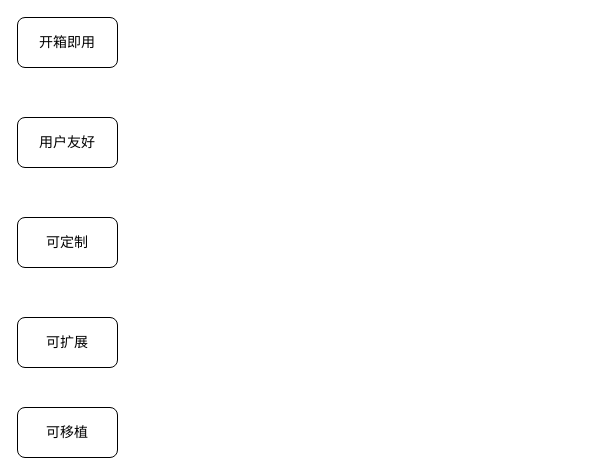
Earlier version of the draw.io diagram 低代码——需求分析——可视化编程需求.drawio (tangyaosimida/love). Source tidied: cells renumbered, new cells numbered last; positions are measured from the earlier drawing's top-left corner, leaving out a move shared by most shapes. Both pictures are drawn from the tidied source at 100%, with x=0, y=0 at pixel (17, 17).
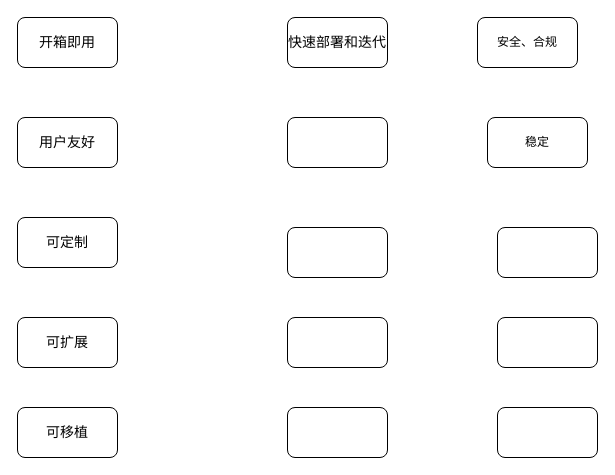
The same diagram, later.

Commit message (it also covers changes not shown here):
更新低代码——需求分析——可视化编程需求.drawio

What changed in the source:
```diff
@@
 <mxGraphModel>
   <root>
     <mxCell id="0" />
     <mxCell id="1" parent="0" />
     <mxCell id="2" value="&lt;font style=&quot;font-size: 14px;&quot;&gt;开箱即用&lt;/font&gt;" style="rounded=1;whiteSpace=wrap;html=1;" parent="1" vertex="1">
       <mxGeometry width="100" height="50" as="geometry" />
     </mxCell>
     <mxCell id="3" value="&lt;font style=&quot;font-size: 14px;&quot;&gt;用户友好&lt;/font&gt;" style="rounded=1;whiteSpace=wrap;html=1;" parent="1" vertex="1">
       <mxGeometry y="100" width="100" height="50" as="geometry" />
     </mxCell>
     <mxCell id="4" value="&lt;font style=&quot;font-size: 14px;&quot;&gt;可定制&lt;/font&gt;" style="rounded=1;whiteSpace=wrap;html=1;" parent="1" vertex="1">
       <mxGeometry y="200" width="100" height="50" as="geometry" />
     </mxCell>
     <mxCell id="5" value="&lt;font style=&quot;font-size: 14px;&quot;&gt;可扩展&lt;/font&gt;" style="rounded=1;whiteSpace=wrap;html=1;" parent="1" vertex="1">
       <mxGeometry y="300" width="100" height="50" as="geometry" />
     </mxCell>
     <mxCell id="6" value="&lt;font style=&quot;font-size: 14px;&quot;&gt;可移植&lt;/font&gt;" style="rounded=1;whiteSpace=wrap;html=1;" parent="1" vertex="1">
       <mxGeometry y="390" width="100" height="50" as="geometry" />
     </mxCell>
+    <mxCell id="7" value="&lt;span style=&quot;font-size: 14px;&quot;&gt;快速部署和迭代&lt;/span&gt;" style="rounded=1;whiteSpace=wrap;html=1;" parent="1" vertex="1">
+      <mxGeometry x="270" width="100" height="50" as="geometry" />
+    </mxCell>
+    <mxCell id="8" style="rounded=1;whiteSpace=wrap;html=1;" parent="1" vertex="1">
+      <mxGeometry x="270" y="100" width="100" height="50" as="geometry" />
+    </mxCell>
+    <mxCell id="9" style="rounded=1;whiteSpace=wrap;html=1;" parent="1" vertex="1">
+      <mxGeometry x="270" y="210" width="100" height="50" as="geometry" />
+    </mxCell>
+    <mxCell id="10" style="rounded=1;whiteSpace=wrap;html=1;" parent="1" vertex="1">
+      <mxGeometry x="270" y="300" width="100" height="50" as="geometry" />
+    </mxCell>
+    <mxCell id="11" style="rounded=1;whiteSpace=wrap;html=1;" parent="1" vertex="1">
+      <mxGeometry x="270" y="390" width="100" height="50" as="geometry" />
+    </mxCell>
+    <mxCell id="12" value="安全、合规" style="rounded=1;whiteSpace=wrap;html=1;" parent="1" vertex="1">
+      <mxGeometry x="460" width="100" height="50" as="geometry" />
+    </mxCell>
+    <mxCell id="13" value="稳定" style="rounded=1;whiteSpace=wrap;html=1;" parent="1" vertex="1">
+      <mxGeometry x="470" y="100" width="100" height="50" as="geometry" />
+    </mxCell>
+    <mxCell id="14" style="rounded=1;whiteSpace=wrap;html=1;" parent="1" vertex="1">
+      <mxGeometry x="480" y="210" width="100" height="50" as="geometry" />
+    </mxCell>
+    <mxCell id="15" style="rounded=1;whiteSpace=wrap;html=1;" parent="1" vertex="1">
+      <mxGeometry x="480" y="300" width="100" height="50" as="geometry" />
+    </mxCell>
+    <mxCell id="16" style="rounded=1;whiteSpace=wrap;html=1;" parent="1" vertex="1">
+      <mxGeometry x="480" y="390" width="100" height="50" as="geometry" />
+    </mxCell>
   </root>
 </mxGraphModel>
```
